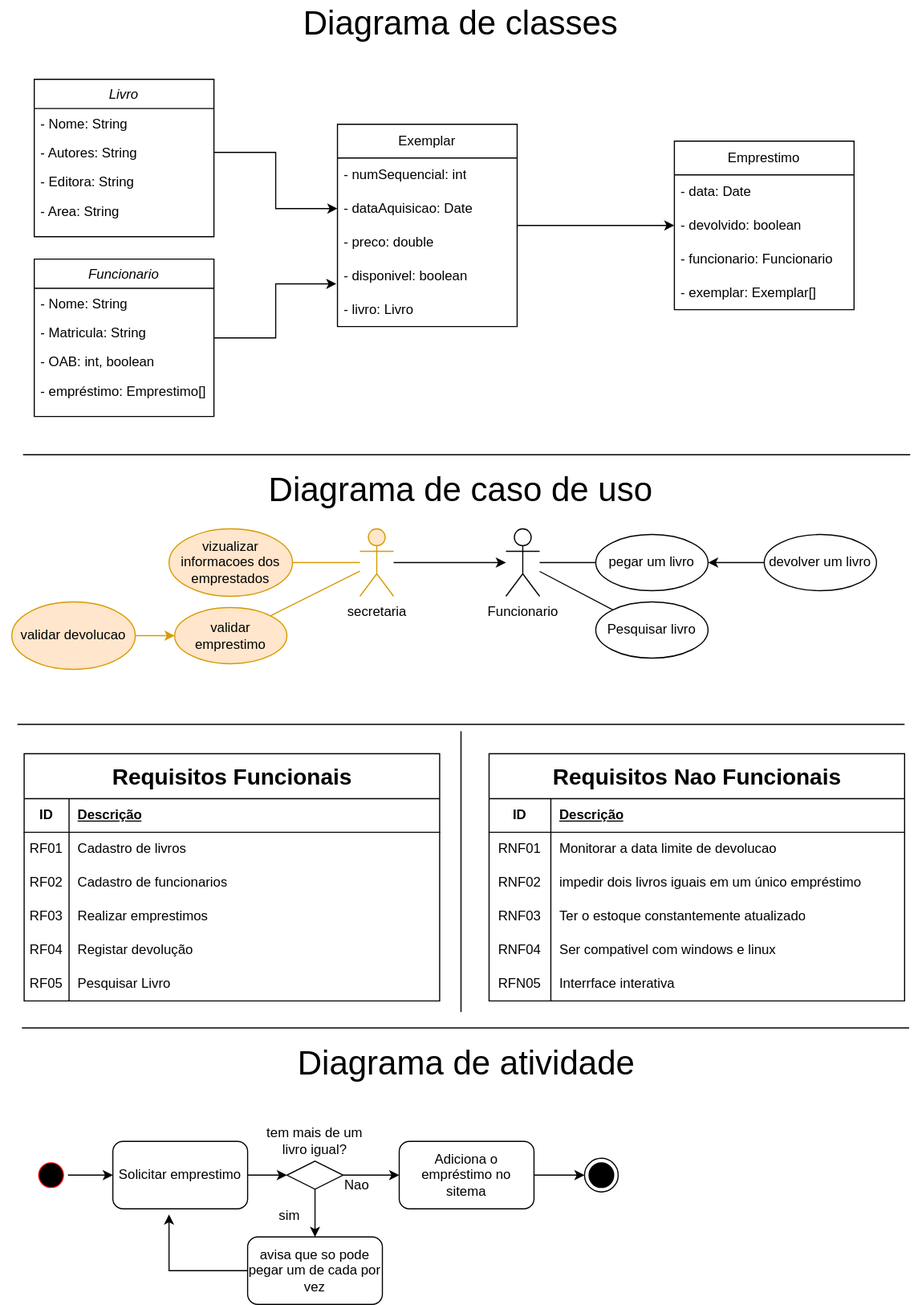
This is ExercicioDeFixacao.drawio.svg from Andra-sun/modelagem, a draw.io export, as it was before one commit. Source tidied: cells renumbered, new cells last; positions are measured from the earlier drawing's top-left corner, leaving out a move shared by most shapes.
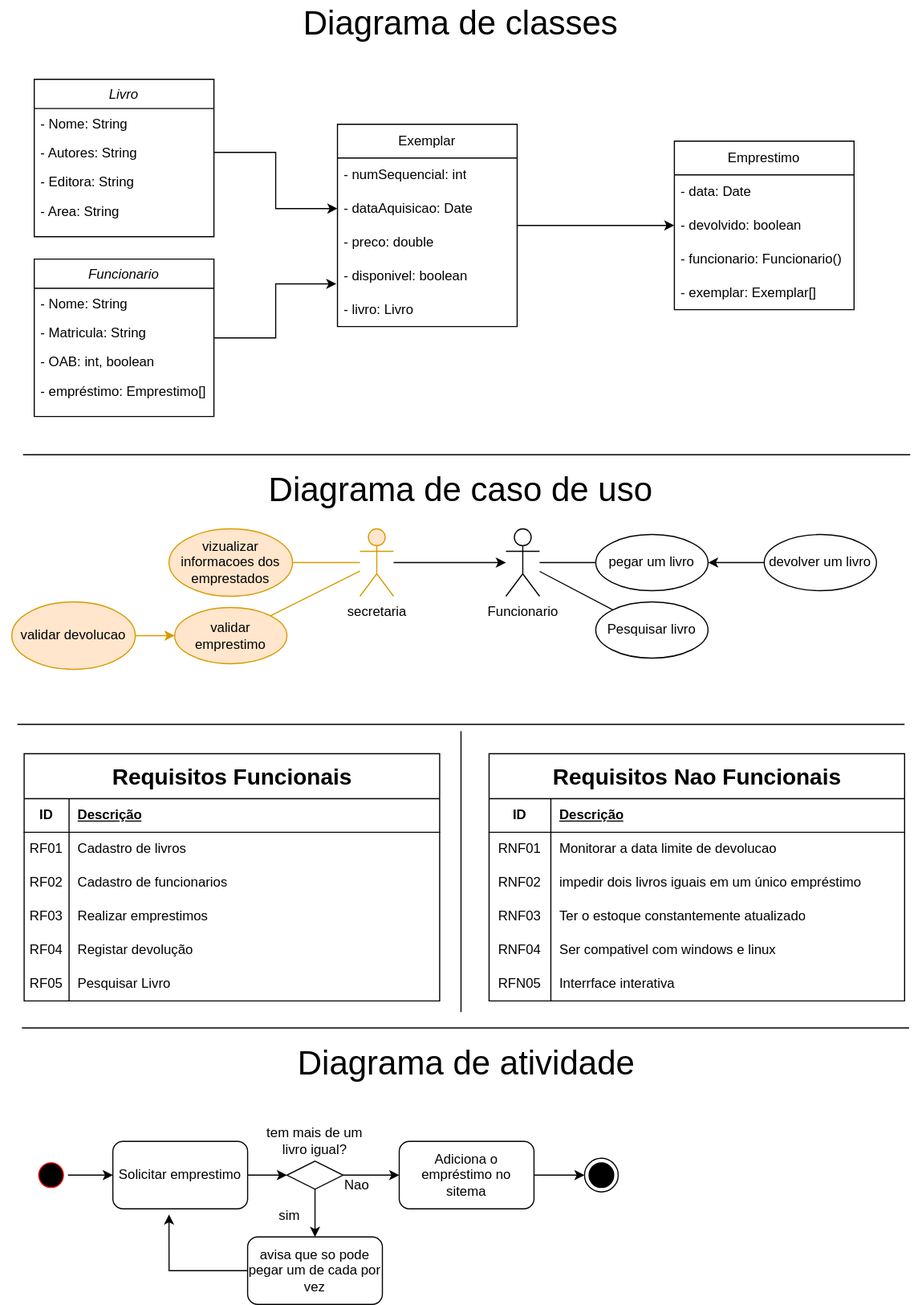
After the commit.

Change to the diagram source:
```diff
@@ -65,7 +65,7 @@
     <mxCell id="22" value="- devolvido: boolean" style="text;strokeColor=none;fillColor=none;align=left;verticalAlign=middle;spacingLeft=4;spacingRight=4;overflow=hidden;points=[[0,0.5],[1,0.5]];portConstraint=eastwest;whiteSpace=wrap;html=1;" parent="20" vertex="1">
       <mxGeometry y="60" width="160" height="30" as="geometry" />
     </mxCell>
-    <mxCell id="23" value="- funcionario: Funcionario" style="text;strokeColor=none;fillColor=none;align=left;verticalAlign=middle;spacingLeft=4;spacingRight=4;overflow=hidden;whiteSpace=wrap;html=1;" parent="20" vertex="1">
+    <mxCell id="23" value="- funcionario: Funcionario()" style="text;strokeColor=none;fillColor=none;align=left;verticalAlign=middle;spacingLeft=4;spacingRight=4;overflow=hidden;whiteSpace=wrap;html=1;" parent="20" vertex="1">
       <mxGeometry y="90" width="160" height="30" as="geometry" />
     </mxCell>
     <mxCell id="24" value="- exemplar: Exemplar[]" style="text;strokeColor=none;fillColor=none;align=left;verticalAlign=middle;spacingLeft=4;spacingRight=4;overflow=hidden;whiteSpace=wrap;html=1;" parent="20" vertex="1">
```
